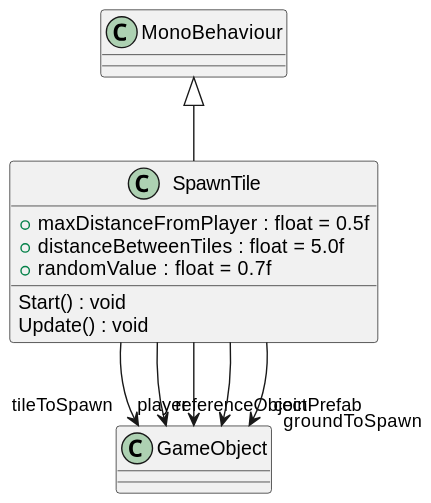
Above: UML/TempleRun/Assets/Scripts/Ground.svg in mariapreda19/ProiectMDS (PlantUML), before the change.
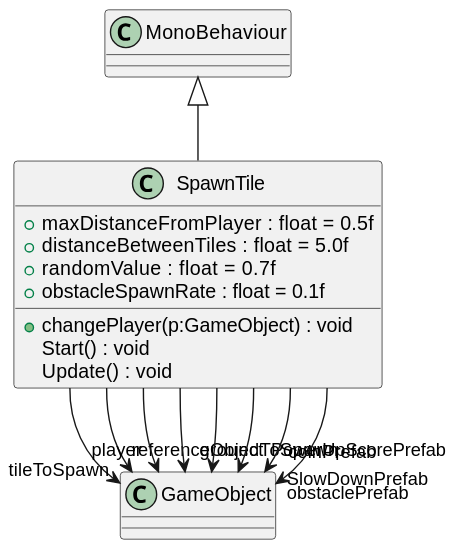
The same diagram one commit later.

Diff of the diagram source:
```diff
@@ -3,6 +3,8 @@
     + maxDistanceFromPlayer : float = 0.5f
     + distanceBetweenTiles : float = 5.0f
     + randomValue : float = 0.7f
+    + obstacleSpawnRate : float = 0.1f
+    + changePlayer(p:GameObject) : void
     Start() : void
     Update() : void
 }
@@ -12,4 +14,7 @@
 SpawnTile --> "player" GameObject
 SpawnTile --> "groundToSpawn" GameObject
 SpawnTile --> "coinPrefab" GameObject
+SpawnTile --> "PowerUpScorePrefab" GameObject
+SpawnTile --> "SlowDownPrefab" GameObject
+SpawnTile --> "obstaclePrefab" GameObject
 @enduml
```
